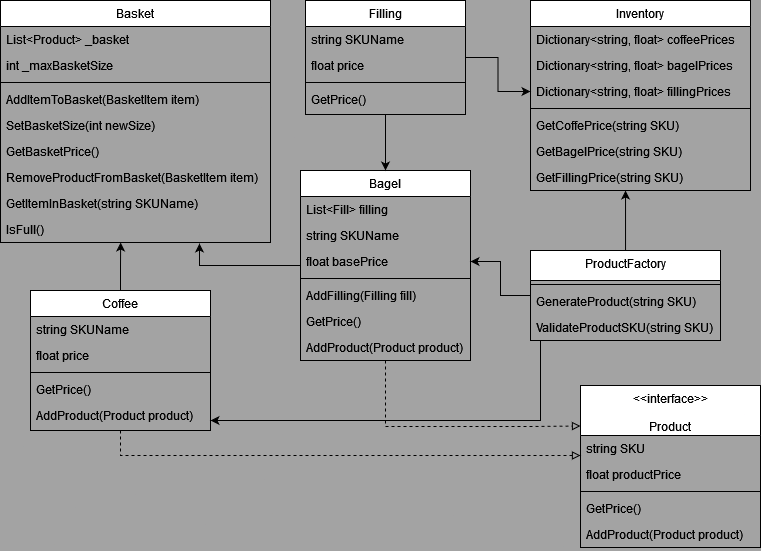
boolean-uk/csharp-tdd-oop-bobs-bagels keeps this draw.io diagram as exercise.main/OOP_Bobs_Bagel.drawio.png. Above is the earlier version. Source tidied: cells renumbered, new cells last; positions are measured from the earlier drawing's top-left corner, leaving out a move shared by most shapes.
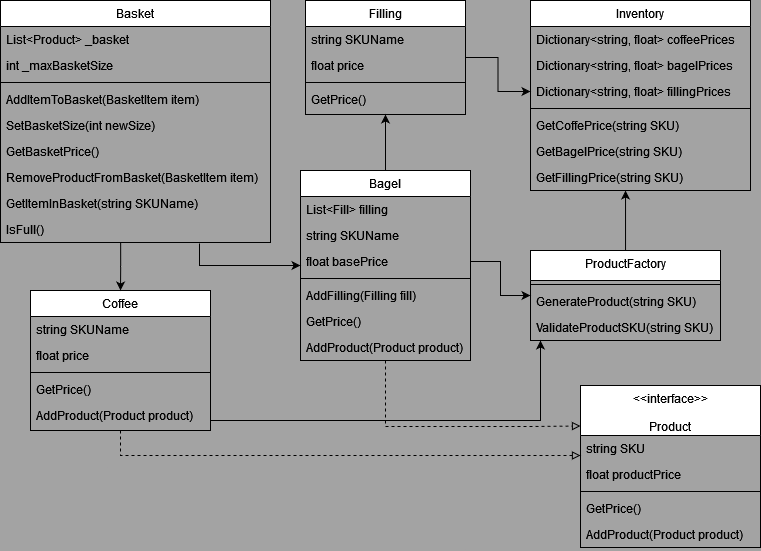
After the change.

Change to the diagram source:
```diff
@@ -82,7 +82,7 @@
     <mxCell id="26" value="IsFull()" style="text;align=left;verticalAlign=top;spacingLeft=4;spacingRight=4;overflow=hidden;points=[[0,0.5],[1,0.5]];portConstraint=eastwest;" parent="17" vertex="1">
       <mxGeometry y="216" width="270" height="26" as="geometry" />
     </mxCell>
-    <mxCell id="27" style="edgeStyle=orthogonalEdgeStyle;rounded=0;jettySize=auto;html=1;entryX=0.5;entryY=0;entryDx=0;entryDy=0;" parent="1" edge="1" source="29" target="3">
+    <mxCell id="27" style="edgeStyle=orthogonalEdgeStyle;rounded=0;jettySize=auto;html=1;exitX=0.5;exitY=0;exitDx=0;exitDy=0;" parent="1" edge="1" source="3" target="29">
       <mxGeometry relative="1" as="geometry" />
     </mxCell>
     <mxCell id="28" style="edgeStyle=orthogonalEdgeStyle;rounded=0;jettySize=auto;html=1;entryX=0;entryY=0.5;entryDx=0;entryDy=0;" parent="1" edge="1" source="29" target="44">
@@ -153,12 +153,9 @@
     <mxCell id="48" value="GetFillingPrice(string SKU)" style="text;align=left;verticalAlign=top;spacingLeft=4;spacingRight=4;overflow=hidden;points=[[0,0.5],[1,0.5]];portConstraint=eastwest;fontStyle=0;" parent="41" vertex="1">
       <mxGeometry y="164" width="220" height="26" as="geometry" />
     </mxCell>
-    <mxCell id="49" style="edgeStyle=orthogonalEdgeStyle;rounded=0;jettySize=auto;html=1;" parent="1" edge="1" source="51" target="6">
-      <mxGeometry relative="1" as="geometry" />
-    </mxCell>
-    <mxCell id="50" style="edgeStyle=orthogonalEdgeStyle;rounded=0;jettySize=auto;html=1;" parent="1" edge="1" source="51">
+    <mxCell id="50" style="edgeStyle=orthogonalEdgeStyle;rounded=0;jettySize=auto;html=1;" parent="1" edge="1" target="51">
       <mxGeometry relative="1" as="geometry">
-        <mxPoint x="210" y="420" as="targetPoint" />
+        <mxPoint x="210" y="420" as="sourcePoint" />
         <Array as="points">
           <mxPoint x="540" y="420" />
         </Array>
@@ -179,11 +176,14 @@
     <mxCell id="55" style="edgeStyle=orthogonalEdgeStyle;rounded=0;jettySize=auto;html=1;entryX=0.432;entryY=1;entryDx=0;entryDy=0;entryPerimeter=0;" parent="1" edge="1" source="51" target="48">
       <mxGeometry relative="1" as="geometry" />
     </mxCell>
+    <mxCell id="57" style="edgeStyle=orthogonalEdgeStyle;rounded=0;jettySize=auto;html=1;exitX=0.445;exitY=1;exitDx=0;exitDy=0;exitPerimeter=0;" parent="1" edge="1" source="26" target="35">
+      <mxGeometry relative="1" as="geometry" />
+    </mxCell>
-    <mxCell id="56" style="edgeStyle=orthogonalEdgeStyle;rounded=0;jettySize=auto;html=1;entryX=0.737;entryY=1.038;entryDx=0;entryDy=0;entryPerimeter=0;" parent="1" edge="1" source="3" target="26">
+    <mxCell id="56" style="edgeStyle=orthogonalEdgeStyle;rounded=0;jettySize=auto;html=1;exitX=0.737;exitY=1.038;exitDx=0;exitDy=0;exitPerimeter=0;" parent="1" edge="1" source="26" target="3">
       <mxGeometry relative="1" as="geometry" />
     </mxCell>
-    <mxCell id="57" style="edgeStyle=orthogonalEdgeStyle;rounded=0;jettySize=auto;html=1;entryX=0.445;entryY=1;entryDx=0;entryDy=0;entryPerimeter=0;" parent="1" edge="1" source="35" target="26">
-      <mxGeometry relative="1" as="geometry" />
-    </mxCell>
+    <mxCell id="49" style="edgeStyle=orthogonalEdgeStyle;rounded=0;jettySize=auto;html=1;" parent="1" edge="1" source="6" target="51">
+      <mxGeometry relative="1" as="geometry" />
+    </mxCell>
   </root>
 </mxGraphModel>
```
